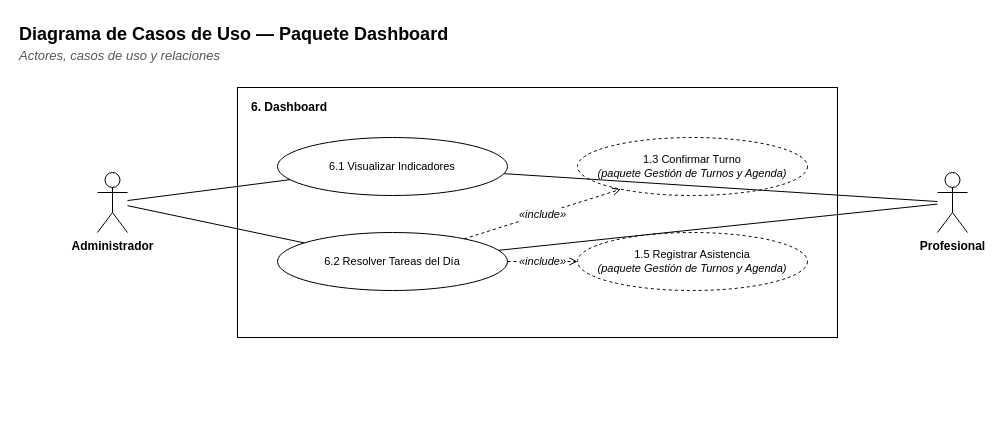
The draw.io diagram docs/diagramas/paquete-dashboard-casos.drawio in Matiglorioso/kineturnos, before the edit. Source tidied: cells renumbered, new cells numbered last; positions are measured from the earlier drawing's top-left corner, leaving out a move shared by most shapes. Both pictures are drawn from the tidied source at 100%, with x=0, y=0 at pixel (17, 17).
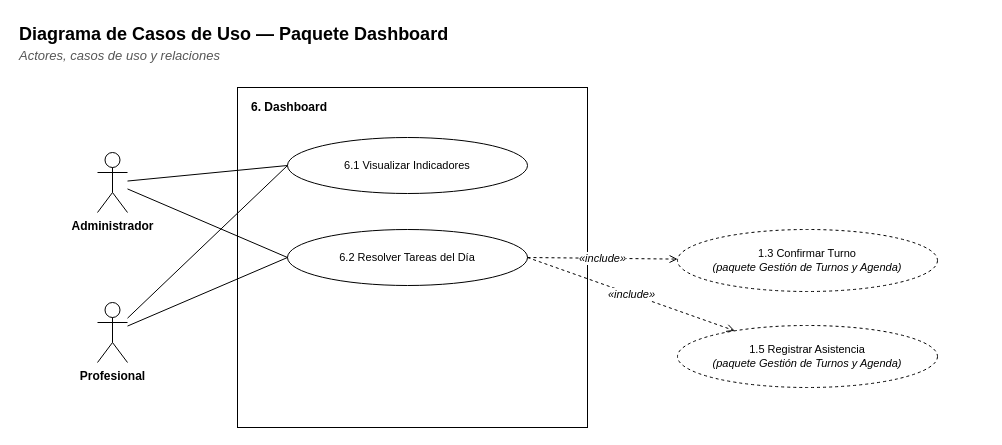
The same diagram, later.

Change to the diagram source:
```diff
@@
 <mxGraphModel background="#FFFFFF">
   <root>
     <mxCell id="0" />
     <mxCell id="1" parent="0" />
     <mxCell id="2" value="&lt;b&gt;Diagrama de Casos de Uso — Paquete Dashboard&lt;/b&gt;" style="text;html=1;strokeColor=none;fillColor=none;align=left;verticalAlign=top;whiteSpace=wrap;fontFamily=Helvetica;fontSize=18;" parent="1" vertex="1">
       <mxGeometry width="900" height="26" as="geometry" />
     </mxCell>
     <mxCell id="3" value="&lt;i&gt;Actores, casos de uso y relaciones&lt;/i&gt;" style="text;html=1;strokeColor=none;fillColor=none;align=left;verticalAlign=top;whiteSpace=wrap;fontFamily=Helvetica;fontSize=13;fontColor=#555555;" parent="1" vertex="1">
       <mxGeometry y="24" width="900" height="20" as="geometry" />
     </mxCell>
     <mxCell id="4" style="rounded=0;whiteSpace=wrap;html=1;fillColor=#FFFFFF;strokeColor=#000000;fontFamily=Helvetica;fontSize=12;verticalAlign=top;" parent="1" vertex="1">
-      <mxGeometry x="220" y="70" width="600" height="250" as="geometry" />
+      <mxGeometry x="220" y="70" width="350" height="340" as="geometry" />
     </mxCell>
     <mxCell id="5" value="&lt;b&gt;6. Dashboard&lt;/b&gt;" style="text;html=1;strokeColor=none;fillColor=none;align=left;verticalAlign=top;whiteSpace=wrap;fontFamily=Helvetica;fontSize=12;" parent="1" vertex="1">
-      <mxGeometry x="232" y="76" width="580" height="20" as="geometry" />
+      <mxGeometry x="232" y="76" width="330" height="20" as="geometry" />
     </mxCell>
     <mxCell id="6" value="6.1 Visualizar Indicadores" style="ellipse;whiteSpace=wrap;html=1;fillColor=#FFFFFF;strokeColor=#000000;fontFamily=Helvetica;fontSize=11;" parent="1" vertex="1">
-      <mxGeometry x="260" y="120" width="230" height="58" as="geometry" />
+      <mxGeometry x="270" y="120" width="240" height="56" as="geometry" />
     </mxCell>
     <mxCell id="7" value="6.2 Resolver Tareas del Día" style="ellipse;whiteSpace=wrap;html=1;fillColor=#FFFFFF;strokeColor=#000000;fontFamily=Helvetica;fontSize=11;" parent="1" vertex="1">
-      <mxGeometry x="260" y="215" width="230" height="58" as="geometry" />
+      <mxGeometry x="270" y="212" width="240" height="56" as="geometry" />
     </mxCell>
     <mxCell id="8" value="1.3 Confirmar Turno&lt;br&gt;&lt;i&gt;(paquete Gestión de Turnos y Agenda)&lt;/i&gt;" style="ellipse;whiteSpace=wrap;html=1;fillColor=#FFFFFF;strokeColor=#000000;fontFamily=Helvetica;fontSize=11;dashed=1;" parent="1" vertex="1">
-      <mxGeometry x="560" y="120" width="230" height="58" as="geometry" />
+      <mxGeometry x="660" y="212" width="260" height="62" as="geometry" />
     </mxCell>
     <mxCell id="9" value="1.5 Registrar Asistencia&lt;br&gt;&lt;i&gt;(paquete Gestión de Turnos y Agenda)&lt;/i&gt;" style="ellipse;whiteSpace=wrap;html=1;fillColor=#FFFFFF;strokeColor=#000000;fontFamily=Helvetica;fontSize=11;dashed=1;" parent="1" vertex="1">
-      <mxGeometry x="560" y="215" width="230" height="58" as="geometry" />
+      <mxGeometry x="660" y="308" width="260" height="62" as="geometry" />
     </mxCell>
     <mxCell id="10" value="Administrador" style="shape=umlActor;verticalLabelPosition=bottom;verticalAlign=top;html=1;outlineConnect=0;fillColor=#FFFFFF;strokeColor=#000000;fontFamily=Helvetica;fontSize=12;fontStyle=1;" parent="1" vertex="1">
-      <mxGeometry x="80" y="155" width="30" height="60" as="geometry" />
+      <mxGeometry x="80" y="135" width="30" height="60" as="geometry" />
     </mxCell>
     <mxCell id="11" value="Profesional" style="shape=umlActor;verticalLabelPosition=bottom;verticalAlign=top;html=1;outlineConnect=0;fillColor=#FFFFFF;strokeColor=#000000;fontFamily=Helvetica;fontSize=12;fontStyle=1;" parent="1" vertex="1">
-      <mxGeometry x="920" y="155" width="30" height="60" as="geometry" />
+      <mxGeometry x="80" y="285" width="30" height="60" as="geometry" />
     </mxCell>
-    <mxCell id="12" style="edgeStyle=none;html=1;endArrow=none;endFill=0;strokeColor=#000000;fontFamily=Helvetica;fontSize=11;labelBackgroundColor=#FFFFFF;" parent="1" edge="1" source="10" target="6">
+    <mxCell id="12" style="edgeStyle=none;html=1;endArrow=none;endFill=0;strokeColor=#000000;fontFamily=Helvetica;fontSize=11;labelBackgroundColor=#FFFFFF;entryX=0;entryY=0.5;entryDx=0;entryDy=0;" parent="1" edge="1" source="10" target="6">
       <mxGeometry relative="1" as="geometry" />
     </mxCell>
-    <mxCell id="13" style="edgeStyle=none;html=1;endArrow=none;endFill=0;strokeColor=#000000;fontFamily=Helvetica;fontSize=11;labelBackgroundColor=#FFFFFF;" parent="1" edge="1" source="11" target="6">
+    <mxCell id="13" style="edgeStyle=none;html=1;endArrow=none;endFill=0;strokeColor=#000000;fontFamily=Helvetica;fontSize=11;labelBackgroundColor=#FFFFFF;entryX=0;entryY=0.5;entryDx=0;entryDy=0;" parent="1" edge="1" source="11" target="6">
       <mxGeometry relative="1" as="geometry" />
     </mxCell>
-    <mxCell id="14" style="edgeStyle=none;html=1;endArrow=none;endFill=0;strokeColor=#000000;fontFamily=Helvetica;fontSize=11;labelBackgroundColor=#FFFFFF;" parent="1" edge="1" source="10" target="7">
+    <mxCell id="14" style="edgeStyle=none;html=1;endArrow=none;endFill=0;strokeColor=#000000;fontFamily=Helvetica;fontSize=11;labelBackgroundColor=#FFFFFF;entryX=0;entryY=0.5;entryDx=0;entryDy=0;" parent="1" edge="1" source="10" target="7">
       <mxGeometry relative="1" as="geometry" />
     </mxCell>
-    <mxCell id="15" style="edgeStyle=none;html=1;endArrow=none;endFill=0;strokeColor=#000000;fontFamily=Helvetica;fontSize=11;labelBackgroundColor=#FFFFFF;" parent="1" edge="1" source="11" target="7">
+    <mxCell id="15" style="edgeStyle=none;html=1;endArrow=none;endFill=0;strokeColor=#000000;fontFamily=Helvetica;fontSize=11;labelBackgroundColor=#FFFFFF;entryX=0;entryY=0.5;entryDx=0;entryDy=0;" parent="1" edge="1" source="11" target="7">
       <mxGeometry relative="1" as="geometry" />
     </mxCell>
-    <mxCell id="16" value="«include»" style="edgeStyle=none;html=1;endArrow=open;endFill=0;strokeColor=#000000;fontFamily=Helvetica;fontSize=11;labelBackgroundColor=#FFFFFF;dashed=1;fontStyle=2;" parent="1" edge="1" source="7" target="8">
+    <mxCell id="16" value="«include»" style="edgeStyle=none;html=1;endArrow=open;endFill=0;strokeColor=#000000;fontFamily=Helvetica;fontSize=11;labelBackgroundColor=#FFFFFF;dashed=1;fontStyle=2;exitX=1;exitY=0.5;exitDx=0;exitDy=0;" parent="1" edge="1" source="7" target="8">
       <mxGeometry relative="1" as="geometry" />
     </mxCell>
-    <mxCell id="17" value="«include»" style="edgeStyle=none;html=1;endArrow=open;endFill=0;strokeColor=#000000;fontFamily=Helvetica;fontSize=11;labelBackgroundColor=#FFFFFF;dashed=1;fontStyle=2;" parent="1" edge="1" source="7" target="9">
+    <mxCell id="17" value="«include»" style="edgeStyle=none;html=1;endArrow=open;endFill=0;strokeColor=#000000;fontFamily=Helvetica;fontSize=11;labelBackgroundColor=#FFFFFF;dashed=1;fontStyle=2;exitX=1;exitY=0.5;exitDx=0;exitDy=0;" parent="1" edge="1" source="7" target="9">
       <mxGeometry relative="1" as="geometry" />
     </mxCell>
   </root>
 </mxGraphModel>
```
